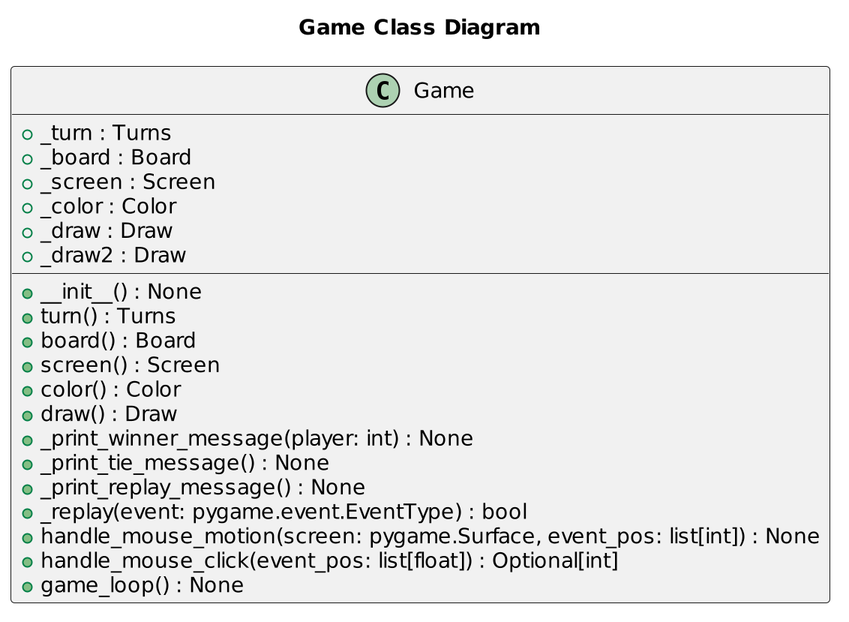
Above: uml/Game.png in austin-s970/OOP-Connect4 (PlantUML), before the change.
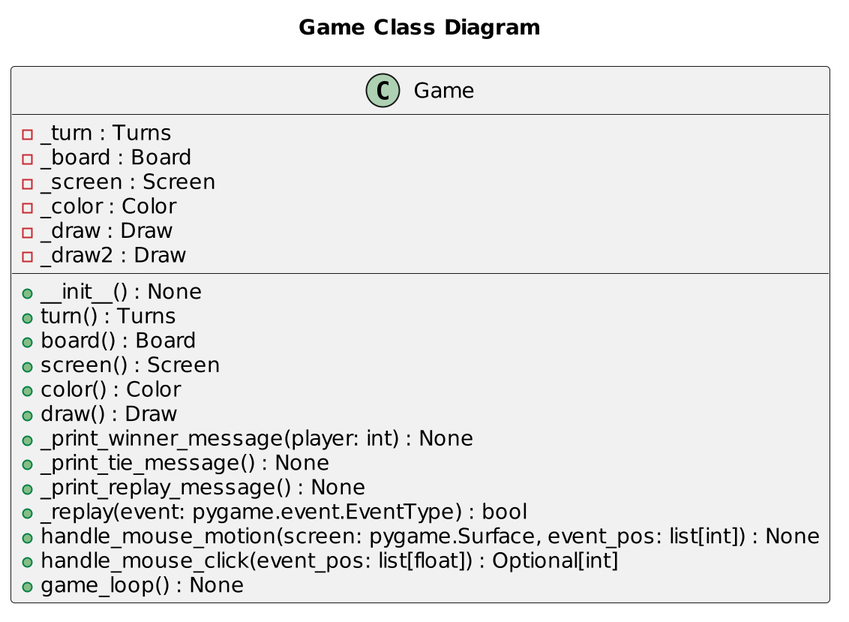
Above is the later version.

The edit, as a diff of the source:
```diff
@@ -3,12 +3,12 @@
 title "Game Class Diagram"
 class Game {
     +__init__() : None
-    +_turn : Turns
-    +_board : Board
-    +_screen : Screen
-    +_color : Color
-    +_draw : Draw
-    +_draw2 : Draw
+    -_turn : Turns
+    -_board : Board
+    -_screen : Screen
+    -_color : Color
+    -_draw : Draw
+    -_draw2 : Draw
 
     +turn() : Turns
     +board() : Board
```
